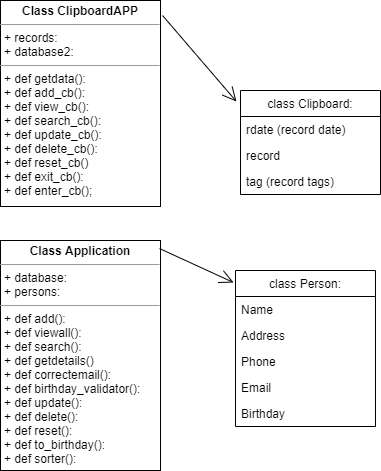
Earlier version of the draw.io export Untitled Diagram.png (ValkoYurii/PythonWeb-GoIT). Source tidied: cells renumbered, new cells last; positions are measured from the earlier drawing's top-left corner, leaving out a move shared by most shapes.
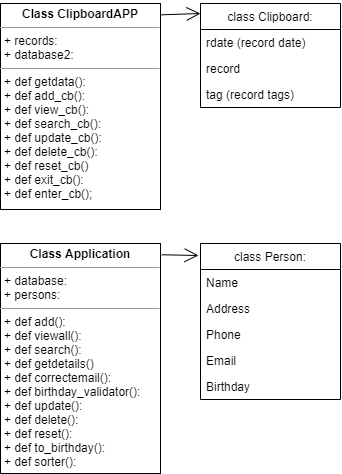
The same file after the commit.

The edit, as a diff of the source:
```diff
@@ -3,7 +3,7 @@
     <mxCell id="0" />
     <mxCell id="1" parent="0" />
     <mxCell id="2" value="class Clipboard:" style="swimlane;fontStyle=0;horizontal=1;startSize=26;fillColor=none;" parent="1" vertex="1">
-      <mxGeometry x="240" y="90" width="140" height="104" as="geometry" />
+      <mxGeometry x="200" width="140" height="104" as="geometry" />
     </mxCell>
     <mxCell id="3" value="rdate (record date)" style="text;strokeColor=none;fillColor=none;align=left;verticalAlign=top;spacingLeft=4;spacingRight=4;overflow=hidden;" parent="2" vertex="1">
       <mxGeometry y="26" width="140" height="26" as="geometry" />
@@ -15,7 +15,7 @@
       <mxGeometry y="78" width="140" height="26" as="geometry" />
     </mxCell>
     <mxCell id="6" value="class Person:" style="swimlane;fontStyle=0;horizontal=1;startSize=26;fillColor=none;" parent="1" vertex="1">
-      <mxGeometry x="235" y="270" width="140" height="156" as="geometry" />
+      <mxGeometry x="200" y="240" width="140" height="156" as="geometry" />
     </mxCell>
     <mxCell id="7" value="Name" style="text;strokeColor=none;fillColor=none;align=left;verticalAlign=top;spacingLeft=4;spacingRight=4;overflow=hidden;" parent="6" vertex="1">
       <mxGeometry y="26" width="140" height="26" as="geometry" />
@@ -38,11 +38,13 @@
     <mxCell id="13" value="&lt;p style=&quot;margin: 0px ; margin-top: 4px ; text-align: center&quot;&gt;&lt;b&gt;Class Application&lt;/b&gt;&lt;/p&gt;&lt;hr size=&quot;1&quot;&gt;&lt;p style=&quot;margin: 0px ; margin-left: 4px&quot;&gt;+ database:&lt;/p&gt;&lt;p style=&quot;margin: 0px ; margin-left: 4px&quot;&gt;+ persons:&lt;/p&gt;&lt;hr size=&quot;1&quot;&gt;&lt;p style=&quot;margin: 0px ; margin-left: 4px&quot;&gt;+ def add():&lt;/p&gt;&lt;p style=&quot;margin: 0px ; margin-left: 4px&quot;&gt;+ def viewall():&lt;br&gt;&lt;/p&gt;&lt;p style=&quot;margin: 0px ; margin-left: 4px&quot;&gt;+ def search():&lt;/p&gt;&lt;p style=&quot;margin: 0px ; margin-left: 4px&quot;&gt;+ def getdetails()&lt;/p&gt;&lt;p style=&quot;margin: 0px ; margin-left: 4px&quot;&gt;+ def correctemail():&lt;/p&gt;&lt;p style=&quot;margin: 0px ; margin-left: 4px&quot;&gt;+ def birthday_validator():&lt;/p&gt;&lt;p style=&quot;margin: 0px ; margin-left: 4px&quot;&gt;+ def update():&lt;/p&gt;&lt;p style=&quot;margin: 0px ; margin-left: 4px&quot;&gt;+ def delete():&lt;/p&gt;&lt;p style=&quot;margin: 0px ; margin-left: 4px&quot;&gt;+ def reset():&lt;/p&gt;&lt;p style=&quot;margin: 0px ; margin-left: 4px&quot;&gt;+ def to_birthday():&lt;/p&gt;&lt;p style=&quot;margin: 0px ; margin-left: 4px&quot;&gt;+ def sorter():&lt;/p&gt;" style="verticalAlign=top;align=left;overflow=fill;fontSize=12;fontFamily=Helvetica;html=1;" parent="1" vertex="1">
       <mxGeometry y="240" width="160" height="230" as="geometry" />
     </mxCell>
-    <mxCell id="14" style="endArrow=open;endFill=1;endSize=12;html=1;exitX=0.994;exitY=0.035;exitDx=0;exitDy=0;exitPerimeter=0;entryX=-0.014;entryY=0.077;entryDx=0;entryDy=0;entryPerimeter=0;" parent="1" edge="1" source="13" target="6">
+    <mxCell id="14" style="endArrow=open;endFill=1;endSize=12;html=1;exitX=1.008;exitY=0.049;exitDx=0;exitDy=0;exitPerimeter=0;entryX=-0.014;entryY=0.077;entryDx=0;entryDy=0;entryPerimeter=0;" parent="1" edge="1" source="13" target="6">
       <mxGeometry relative="1" as="geometry" />
     </mxCell>
-    <mxCell id="15" style="endArrow=open;endFill=1;endSize=12;html=1;exitX=1.013;exitY=0.073;exitDx=0;exitDy=0;exitPerimeter=0;entryX=-0.029;entryY=0.106;entryDx=0;entryDy=0;entryPerimeter=0;" parent="1" edge="1" source="12" target="2">
-      <mxGeometry relative="1" as="geometry" />
+    <mxCell id="15" style="endArrow=open;endFill=1;endSize=12;html=1;exitX=1.002;exitY=0.055;exitDx=0;exitDy=0;exitPerimeter=0;" parent="1" edge="1" source="12">
+      <mxGeometry relative="1" as="geometry">
+        <mxPoint x="200" y="10" as="targetPoint" />
+      </mxGeometry>
     </mxCell>
   </root>
 </mxGraphModel>
```
